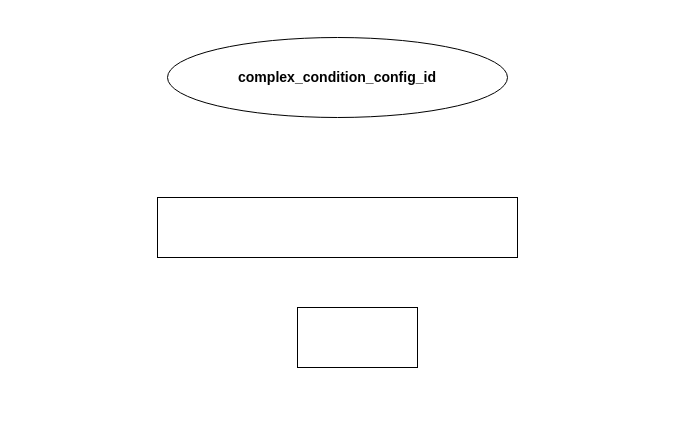
Earlier version of the draw.io diagram Untitled Diagram.drawio (taozi0809/company_blacklist). Source tidied: cells renumbered, new cells numbered last; positions are measured from the earlier drawing's top-left corner, leaving out a move shared by most shapes. Both pictures are drawn from the tidied source at 100%, with x=0, y=0 at pixel (157, 37).
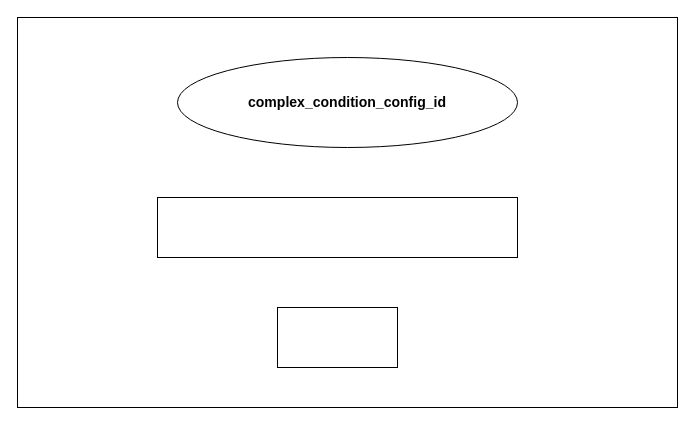
The same page after the edit.

The edit, as a diff of the source:
```diff
@@
 <mxGraphModel>
   <root>
     <mxCell id="0" />
     <mxCell id="1" parent="0" />
+    <mxCell id="5" style="rounded=0;whiteSpace=wrap;html=1;" parent="1" vertex="1">
+      <mxGeometry x="-140" y="-20" width="660" height="390" as="geometry" />
+    </mxCell>
     <mxCell id="2" value="&amp;nbsp;" style="rounded=0;whiteSpace=wrap;html=1;" parent="1" vertex="1">
       <mxGeometry y="160" width="360" height="60" as="geometry" />
     </mxCell>
     <mxCell id="3" style="rounded=0;whiteSpace=wrap;html=1;" parent="1" vertex="1">
-      <mxGeometry x="140" y="270" width="120" height="60" as="geometry" />
+      <mxGeometry x="120" y="270" width="120" height="60" as="geometry" />
     </mxCell>
     <mxCell id="4" value="&#10;&#10;&lt;h3&gt;complex_condition_config_id&lt;/h3&gt;&#10;&#10;" style="ellipse;whiteSpace=wrap;html=1;" parent="1" vertex="1">
-      <mxGeometry x="10" width="340" height="80" as="geometry" />
+      <mxGeometry x="20" y="20" width="340" height="90" as="geometry" />
     </mxCell>
   </root>
 </mxGraphModel>
```
